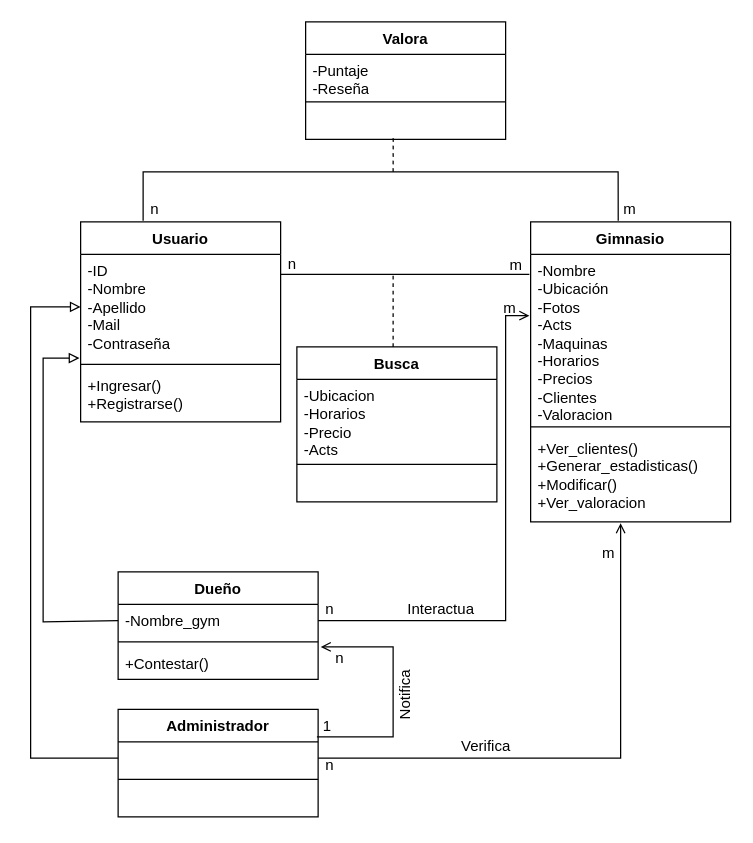
LucasConde22/GymFinder keeps this draw.io diagram as Documentación/Draw.io/Diagrama de clases.drawio. Above is the earlier version. Source tidied: cells renumbered, new cells numbered last; positions are measured from the earlier drawing's top-left corner, leaving out a move shared by most shapes. Both pictures are drawn from the tidied source at 125%, with x=0, y=0 at pixel (30, 21).
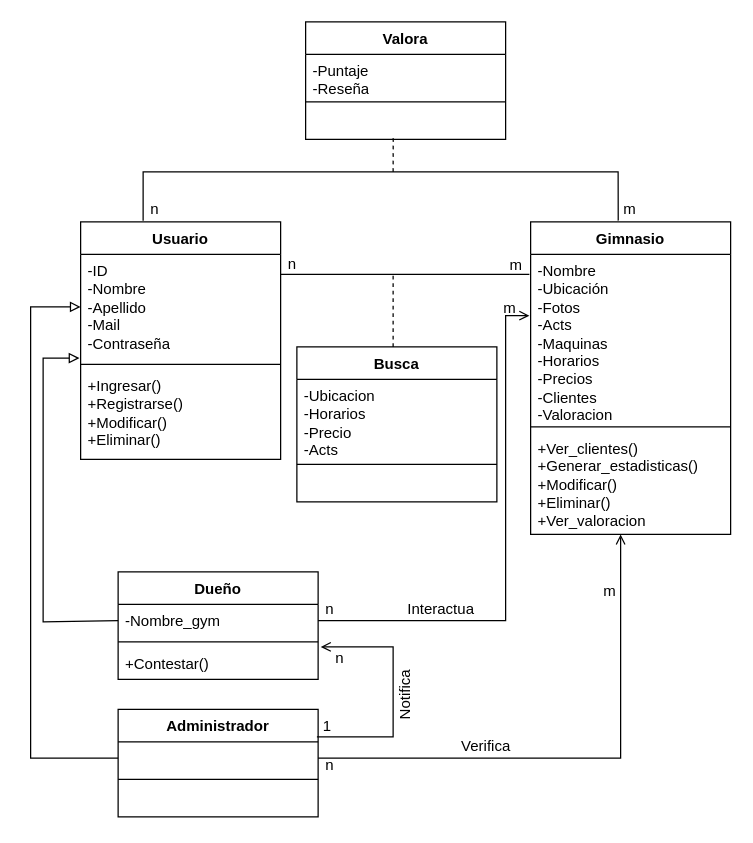
Above is the later version.

Unchanged cells that the change refers to:
```xml
<mxCell id="32" value="&amp;nbsp;&amp;nbsp;" style="text;strokeColor=none;fillColor=none;align=left;verticalAlign=top;spacingLeft=4;spacingRight=4;overflow=hidden;points=[[0,0.5],[1,0.5]];portConstraint=eastwest;whiteSpace=wrap;html=1;" parent="31" vertex="1">
  <mxGeometry y="26" width="160" height="26" as="geometry" />
</mxCell>
```

The edit, as a diff of the source:
```diff
@@
     <mxCell id="2" value="Usuario" style="swimlane;fontStyle=1;align=center;verticalAlign=top;horizontal=1;startSize=26;whiteSpace=wrap;html=1;" parent="1" vertex="1">
-      <mxGeometry x="40" y="160" width="160" height="160" as="geometry" />
+      <mxGeometry x="40" y="160" width="160" height="190" as="geometry" />
     </mxCell>
@@
-    <mxCell id="5" value="+Ingresar()&lt;br&gt;+Registrarse()" style="text;strokeColor=none;fillColor=none;align=left;verticalAlign=top;spacingLeft=4;spacingRight=4;overflow=hidden;whiteSpace=wrap;html=1;" parent="2" vertex="1">
-      <mxGeometry y="118" width="160" height="42" as="geometry" />
+    <mxCell id="5" value="+Ingresar()&lt;br&gt;+Registrarse()&lt;br&gt;+Modificar()&lt;br&gt;+Eliminar()" style="text;strokeColor=none;fillColor=none;align=left;verticalAlign=top;spacingLeft=4;spacingRight=4;overflow=hidden;whiteSpace=wrap;html=1;" parent="2" vertex="1">
+      <mxGeometry y="118" width="160" height="72" as="geometry" />
     </mxCell>
     <mxCell id="6" value="Gimnasio" style="swimlane;fontStyle=1;align=center;verticalAlign=top;horizontal=1;startSize=26;whiteSpace=wrap;html=1;" parent="1" vertex="1">
-      <mxGeometry x="400" y="160" width="160" height="240" as="geometry" />
+      <mxGeometry x="400" y="160" width="160" height="250" as="geometry" />
     </mxCell>
@@
-    <mxCell id="9" value="+Ver_clientes()&lt;br&gt;+Generar_estadisticas()&lt;br&gt;+Modificar()&lt;br&gt;+Ver_valoracion" style="text;strokeColor=none;fillColor=none;align=left;verticalAlign=top;spacingLeft=4;spacingRight=4;overflow=hidden;points=[[0,0.5],[1,0.5]];portConstraint=eastwest;whiteSpace=wrap;html=1;" parent="6" vertex="1">
-      <mxGeometry y="168" width="160" height="72" as="geometry" />
+    <mxCell id="9" value="+Ver_clientes()&lt;br&gt;+Generar_estadisticas()&lt;br&gt;+Modificar()&lt;br&gt;+Eliminar()&lt;br&gt;+Ver_valoracion" style="text;strokeColor=none;fillColor=none;align=left;verticalAlign=top;spacingLeft=4;spacingRight=4;overflow=hidden;points=[[0,0.5],[1,0.5]];portConstraint=eastwest;whiteSpace=wrap;html=1;" parent="6" vertex="1">
+      <mxGeometry y="168" width="160" height="82" as="geometry" />
     </mxCell>
@@
-    <mxCell id="40" style="edgeStyle=orthogonalEdgeStyle;rounded=0;jettySize=auto;html=1;entryX=0.45;entryY=1.014;entryDx=0;entryDy=0;entryPerimeter=0;endArrow=open;endFill=0;" parent="1" edge="1" source="32" target="9">
+    <mxCell id="40" style="edgeStyle=orthogonalEdgeStyle;rounded=0;jettySize=auto;html=1;endArrow=open;endFill=0;entryX=0.45;entryY=1;entryDx=0;entryDy=0;entryPerimeter=0;" parent="1" edge="1" source="32" target="9">
       <mxGeometry relative="1" as="geometry" />
     </mxCell>
@@
     <mxCell id="42" value="m" style="text;html=1;align=center;verticalAlign=middle;strokeColor=none;fillColor=none;" parent="1" vertex="1">
-      <mxGeometry x="447" y="410" width="30" height="30" as="geometry" />
+      <mxGeometry x="448" y="441" width="30" height="30" as="geometry" />
     </mxCell>
```
